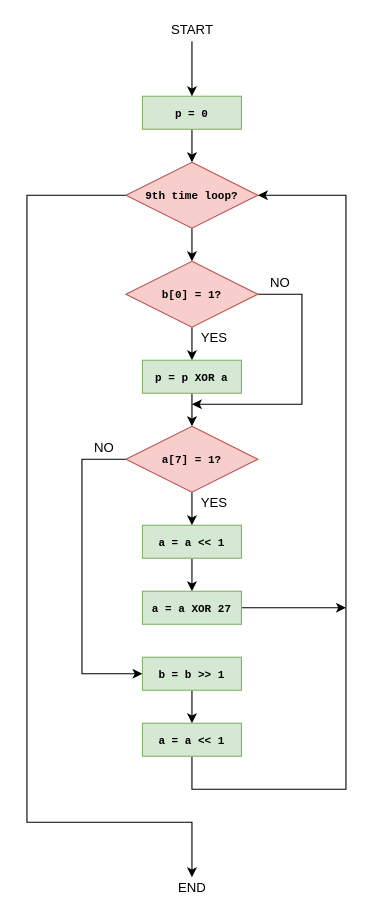
This is Diagrams/draw.io Diagram files/Finite Field Multiplication.drawio from hohaicongthuan/Project-1, a draw.io file, before an edit. Source tidied: cells renumbered, new cells numbered last; positions are measured from the earlier drawing's top-left corner, leaving out a move shared by most shapes. Both pictures are drawn from the tidied source at 110%, with x=0, y=0 at pixel (26, 19).
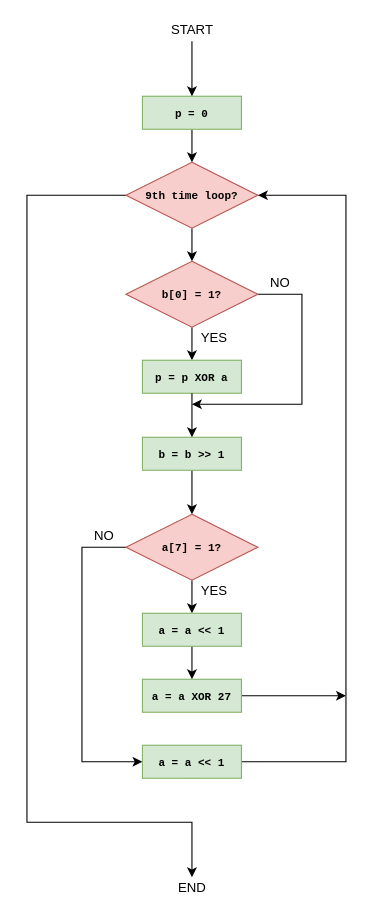
The same page after the edit.

The change refers to these unchanged cells:
```xml
<mxCell id="4" value="&lt;font face=&quot;Courier New&quot; size=&quot;1&quot;&gt;&lt;b&gt;9th time loop?&lt;/b&gt;&lt;/font&gt;" style="rhombus;whiteSpace=wrap;html=1;fillColor=#f8cecc;strokeColor=#b85450;" parent="1" vertex="1">
  <mxGeometry x="90" y="130" width="120" height="60" as="geometry" />
</mxCell>
<mxCell id="11" value="&lt;font face=&quot;Courier New&quot; style=&quot;font-size: 10px&quot;&gt;&lt;b&gt;p = p XOR a&lt;/b&gt;&lt;/font&gt;" style="rounded=0;whiteSpace=wrap;html=1;fillColor=#d5e8d4;strokeColor=#82b366;" parent="1" vertex="1">
  <mxGeometry x="105" y="310" width="90" height="30" as="geometry" />
</mxCell>
```

Change to the diagram source:
```diff
@@
-    <mxCell id="10" style="edgeStyle=orthogonalEdgeStyle;rounded=0;jettySize=auto;html=1;" parent="1" edge="1" source="11" target="14">
+    <mxCell id="10" style="edgeStyle=orthogonalEdgeStyle;rounded=0;jettySize=auto;html=1;" parent="1" edge="1" source="21" target="14">
       <mxGeometry relative="1" as="geometry" />
     </mxCell>
@@
-    <mxCell id="13" style="edgeStyle=orthogonalEdgeStyle;rounded=0;jettySize=auto;html=1;exitX=0;exitY=0.5;exitDx=0;exitDy=0;entryX=0;entryY=0.5;entryDx=0;entryDy=0;" parent="1" edge="1" source="14" target="21">
+    <mxCell id="13" style="edgeStyle=orthogonalEdgeStyle;rounded=0;jettySize=auto;html=1;exitX=0;exitY=0.5;exitDx=0;exitDy=0;entryX=0;entryY=0.5;entryDx=0;entryDy=0;" parent="1" edge="1" source="14">
       <mxGeometry relative="1" as="geometry">
+        <mxPoint x="105" y="675" as="targetPoint" />
         <Array as="points">
-          <mxPoint x="50" y="400" />
-          <mxPoint x="50" y="595" />
+          <mxPoint x="50" y="480" />
+          <mxPoint x="50" y="675" />
         </Array>
       </mxGeometry>
     </mxCell>
     <mxCell id="14" value="&lt;font face=&quot;Courier New&quot; style=&quot;font-size: 10px&quot;&gt;&lt;b&gt;a[7] = 1?&lt;/b&gt;&lt;/font&gt;" style="rhombus;whiteSpace=wrap;html=1;fillColor=#f8cecc;strokeColor=#b85450;" parent="1" vertex="1">
-      <mxGeometry x="90" y="370" width="120" height="60" as="geometry" />
+      <mxGeometry x="90" y="450" width="120" height="60" as="geometry" />
     </mxCell>
@@
     <mxCell id="16" value="&lt;font style=&quot;font-size: 10px&quot; face=&quot;Courier New&quot;&gt;&lt;b&gt;a = a &amp;lt;&amp;lt; 1&lt;/b&gt;&lt;/font&gt;" style="rounded=0;whiteSpace=wrap;html=1;fillColor=#d5e8d4;strokeColor=#82b366;" parent="1" vertex="1">
-      <mxGeometry x="105" y="460" width="90" height="30" as="geometry" />
+      <mxGeometry x="105" y="540" width="90" height="30" as="geometry" />
     </mxCell>
     <mxCell id="17" style="edgeStyle=orthogonalEdgeStyle;rounded=0;jettySize=auto;html=1;exitX=1;exitY=0.5;exitDx=0;exitDy=0;" parent="1" edge="1" source="18">
       <mxGeometry relative="1" as="geometry">
-        <mxPoint x="290" y="535" as="targetPoint" />
+        <mxPoint x="290" y="615" as="targetPoint" />
       </mxGeometry>
     </mxCell>
     <mxCell id="18" value="&lt;font face=&quot;Courier New&quot; style=&quot;font-size: 10px&quot;&gt;&lt;b&gt;a = a XOR 27&lt;/b&gt;&lt;/font&gt;" style="rounded=0;whiteSpace=wrap;html=1;fillColor=#d5e8d4;strokeColor=#82b366;" parent="1" vertex="1">
-      <mxGeometry x="105" y="520" width="90" height="30" as="geometry" />
+      <mxGeometry x="105" y="600" width="90" height="30" as="geometry" />
     </mxCell>
     <mxCell id="19" style="edgeStyle=orthogonalEdgeStyle;rounded=0;jettySize=auto;html=1;entryX=1;entryY=0.5;entryDx=0;entryDy=0;exitX=0.5;exitY=1;exitDx=0;exitDy=0;" parent="1" edge="1" source="23" target="4">
       <mxGeometry relative="1" as="geometry">
         <Array as="points">
-          <mxPoint x="150" y="700" />
-          <mxPoint x="290" y="700" />
+          <mxPoint x="150" y="675" />
+          <mxPoint x="290" y="675" />
           <mxPoint x="290" y="160" />
         </Array>
       </mxGeometry>
     </mxCell>
-    <mxCell id="20" style="edgeStyle=orthogonalEdgeStyle;rounded=0;jettySize=auto;html=1;" parent="1" edge="1" source="21" target="23">
-      <mxGeometry relative="1" as="geometry" />
-    </mxCell>
-    <mxCell id="21" value="&lt;font face=&quot;Courier New&quot; style=&quot;font-size: 10px&quot;&gt;&lt;b&gt;b = b &amp;gt;&amp;gt; 1&lt;/b&gt;&lt;/font&gt;" style="rounded=0;whiteSpace=wrap;html=1;fillColor=#d5e8d4;strokeColor=#82b366;" parent="1" vertex="1">
-      <mxGeometry x="105" y="580" width="90" height="30" as="geometry" />
-    </mxCell>
@@
     <mxCell id="23" value="&lt;font face=&quot;Courier New&quot; style=&quot;font-size: 10px&quot;&gt;&lt;b&gt;a = a &amp;lt;&amp;lt; 1&lt;/b&gt;&lt;/font&gt;" style="rounded=0;whiteSpace=wrap;html=1;fillColor=#d5e8d4;strokeColor=#82b366;" parent="1" vertex="1">
-      <mxGeometry x="105" y="640" width="90" height="30" as="geometry" />
+      <mxGeometry x="105" y="660" width="90" height="30" as="geometry" />
     </mxCell>
     <mxCell id="24" value="YES" style="text;html=1;align=center;verticalAlign=middle;" parent="1" vertex="1">
-      <mxGeometry x="150" y="430" width="40" height="20" as="geometry" />
+      <mxGeometry x="150" y="510" width="40" height="20" as="geometry" />
     </mxCell>
     <mxCell id="25" value="NO" style="text;html=1;align=center;verticalAlign=middle;" parent="1" vertex="1">
-      <mxGeometry x="55" y="380" width="30" height="20" as="geometry" />
+      <mxGeometry x="55" y="460" width="30" height="20" as="geometry" />
     </mxCell>
@@
+    <mxCell id="21" value="&lt;font face=&quot;Courier New&quot; style=&quot;font-size: 10px&quot;&gt;&lt;b&gt;b = b &amp;gt;&amp;gt; 1&lt;/b&gt;&lt;/font&gt;" style="rounded=0;whiteSpace=wrap;html=1;fillColor=#d5e8d4;strokeColor=#82b366;" parent="1" vertex="1">
+      <mxGeometry x="105" y="380" width="90" height="30" as="geometry" />
+    </mxCell>
+    <mxCell id="30" style="edgeStyle=orthogonalEdgeStyle;rounded=0;jettySize=auto;html=1;" parent="1" edge="1" source="11" target="21">
+      <mxGeometry relative="1" as="geometry" />
+    </mxCell>
```
